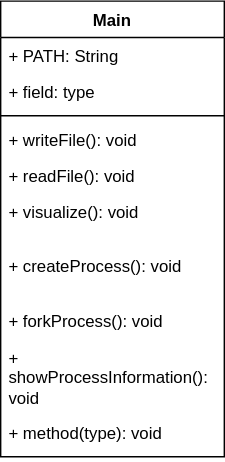
Earlier version of the draw.io export BSRN-Lösungskizze_Alternative2-Klassendiagramm.drawio.svg (ynnskrnr/wi-bsrn-werkstueck_a). Source tidied: cells renumbered, new cells last; positions are measured from the earlier drawing's top-left corner, leaving out a move shared by most shapes.
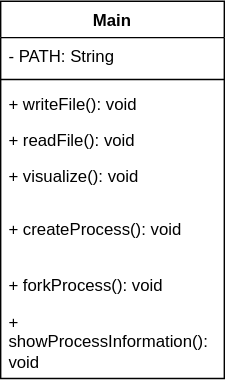
The same diagram one commit later.

What changed in the source:
```diff
@@ -3,37 +3,31 @@
     <mxCell id="0" />
     <mxCell id="1" parent="0" />
     <mxCell id="2" value="Main" style="swimlane;fontStyle=1;align=center;verticalAlign=top;horizontal=1;startSize=26;whiteSpace=wrap;html=1;" parent="1" vertex="1">
-      <mxGeometry width="160" height="326" as="geometry" />
+      <mxGeometry width="160" height="270" as="geometry" />
     </mxCell>
-    <mxCell id="3" value="+ PATH: String" style="text;strokeColor=none;fillColor=none;align=left;verticalAlign=top;spacingLeft=4;spacingRight=4;overflow=hidden;whiteSpace=wrap;html=1;" parent="2" vertex="1">
+    <mxCell id="3" value="- PATH: String" style="text;strokeColor=none;fillColor=none;align=left;verticalAlign=top;spacingLeft=4;spacingRight=4;overflow=hidden;whiteSpace=wrap;html=1;" parent="2" vertex="1">
       <mxGeometry y="26" width="160" height="26" as="geometry" />
     </mxCell>
-    <mxCell id="4" value="+ field: type" style="text;strokeColor=none;fillColor=none;align=left;verticalAlign=top;spacingLeft=4;spacingRight=4;overflow=hidden;whiteSpace=wrap;html=1;" parent="2" vertex="1">
-      <mxGeometry y="52" width="160" height="26" as="geometry" />
-    </mxCell>
     <mxCell id="5" style="line;strokeWidth=1;fillColor=none;align=left;verticalAlign=middle;spacingTop=-1;spacingLeft=3;spacingRight=3;labelPosition=right;strokeColor=inherit;" parent="2" vertex="1">
-      <mxGeometry y="78" width="160" height="8" as="geometry" />
+      <mxGeometry y="52" width="160" height="8" as="geometry" />
     </mxCell>
     <mxCell id="6" value="+ writeFile(): void" style="text;strokeColor=none;fillColor=none;align=left;verticalAlign=top;spacingLeft=4;spacingRight=4;overflow=hidden;whiteSpace=wrap;html=1;" parent="2" vertex="1">
-      <mxGeometry y="86" width="160" height="26" as="geometry" />
+      <mxGeometry y="60" width="160" height="26" as="geometry" />
     </mxCell>
     <mxCell id="7" value="+ readFile(): void" style="text;strokeColor=none;fillColor=none;align=left;verticalAlign=top;spacingLeft=4;spacingRight=4;overflow=hidden;whiteSpace=wrap;html=1;" parent="2" vertex="1">
-      <mxGeometry y="112" width="160" height="26" as="geometry" />
+      <mxGeometry y="86" width="160" height="26" as="geometry" />
     </mxCell>
     <mxCell id="8" value="+ visualize(): void" style="text;strokeColor=none;fillColor=none;align=left;verticalAlign=top;spacingLeft=4;spacingRight=4;overflow=hidden;whiteSpace=wrap;html=1;" parent="2" vertex="1">
-      <mxGeometry y="138" width="160" height="38" as="geometry" />
+      <mxGeometry y="112" width="160" height="38" as="geometry" />
     </mxCell>
     <mxCell id="9" value="+ createProcess(): void" style="text;strokeColor=none;fillColor=none;align=left;verticalAlign=top;spacingLeft=4;spacingRight=4;overflow=hidden;whiteSpace=wrap;html=1;" parent="2" vertex="1">
-      <mxGeometry y="176" width="160" height="40" as="geometry" />
+      <mxGeometry y="150" width="160" height="40" as="geometry" />
     </mxCell>
     <mxCell id="10" value="+ forkProcess(): void" style="text;strokeColor=none;fillColor=none;align=left;verticalAlign=top;spacingLeft=4;spacingRight=4;overflow=hidden;whiteSpace=wrap;html=1;" parent="2" vertex="1">
-      <mxGeometry y="216" width="160" height="26" as="geometry" />
+      <mxGeometry y="190" width="160" height="26" as="geometry" />
     </mxCell>
     <mxCell id="11" value="+ showProcessInformation(): void" style="text;strokeColor=none;fillColor=none;align=left;verticalAlign=top;spacingLeft=4;spacingRight=4;overflow=hidden;whiteSpace=wrap;html=1;" parent="2" vertex="1">
-      <mxGeometry y="242" width="160" height="54" as="geometry" />
+      <mxGeometry y="216" width="160" height="54" as="geometry" />
     </mxCell>
-    <mxCell id="12" value="+ method(type): void" style="text;strokeColor=none;fillColor=none;align=left;verticalAlign=top;spacingLeft=4;spacingRight=4;overflow=hidden;whiteSpace=wrap;html=1;" parent="2" vertex="1">
-      <mxGeometry y="296" width="160" height="30" as="geometry" />
-    </mxCell>
   </root>
 </mxGraphModel>
```
